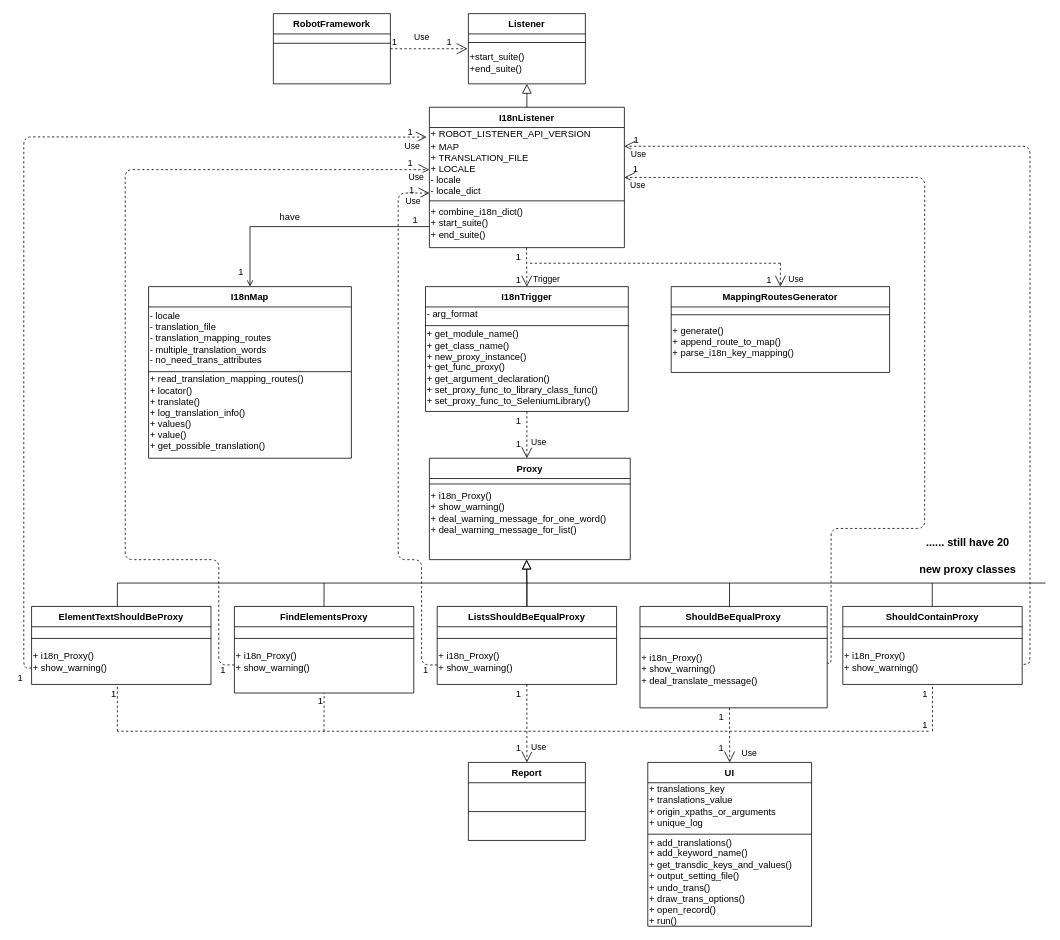
Above: page "i18n class diagram" (1 of 9) of UML/i18n class diagram.drawio in Rexmen/i18n (draw.io), before the change. Source tidied: cells renumbered, new cells numbered last; positions are measured from the earlier drawing's top-left corner, leaving out a move shared by most shapes. Both pictures are drawn from the tidied source at 78%, with x=0, y=0 at pixel (23, 13).
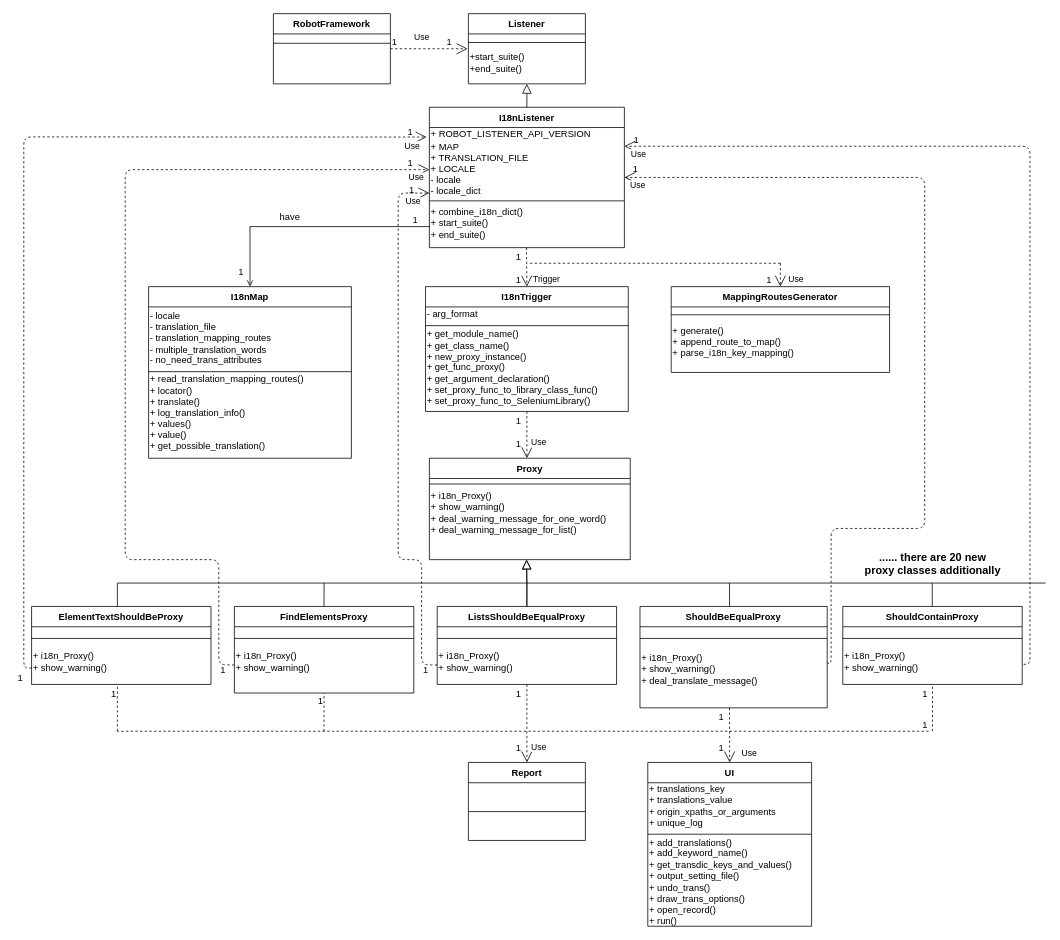
The same page after the edit.

Change to the diagram source:
```diff
@@
-    <mxCell id="39" value="&lt;b&gt;&lt;font style=&quot;font-size: 14px&quot;&gt;...... still have 20 &lt;br&gt;&lt;br&gt;new proxy classes&lt;/font&gt;&lt;/b&gt;" style="text;html=1;align=center;verticalAlign=middle;strokeColor=none;" parent="1" vertex="1">
-      <mxGeometry x="1140" y="670" width="140" height="50" as="geometry" />
-    </mxCell>
@@
+    <mxCell id="98" value="&lt;b style=&quot;font-size: 14px&quot;&gt;&lt;font style=&quot;font-size: 14px&quot;&gt;...... there are 20 new&lt;br&gt;proxy classes additionally&lt;/font&gt;&lt;/b&gt;" style="text;html=1;align=center;verticalAlign=middle;strokeColor=none;" parent="1" vertex="1">
+      <mxGeometry x="1070" y="690" width="190" height="30" as="geometry" />
+    </mxCell>
```
